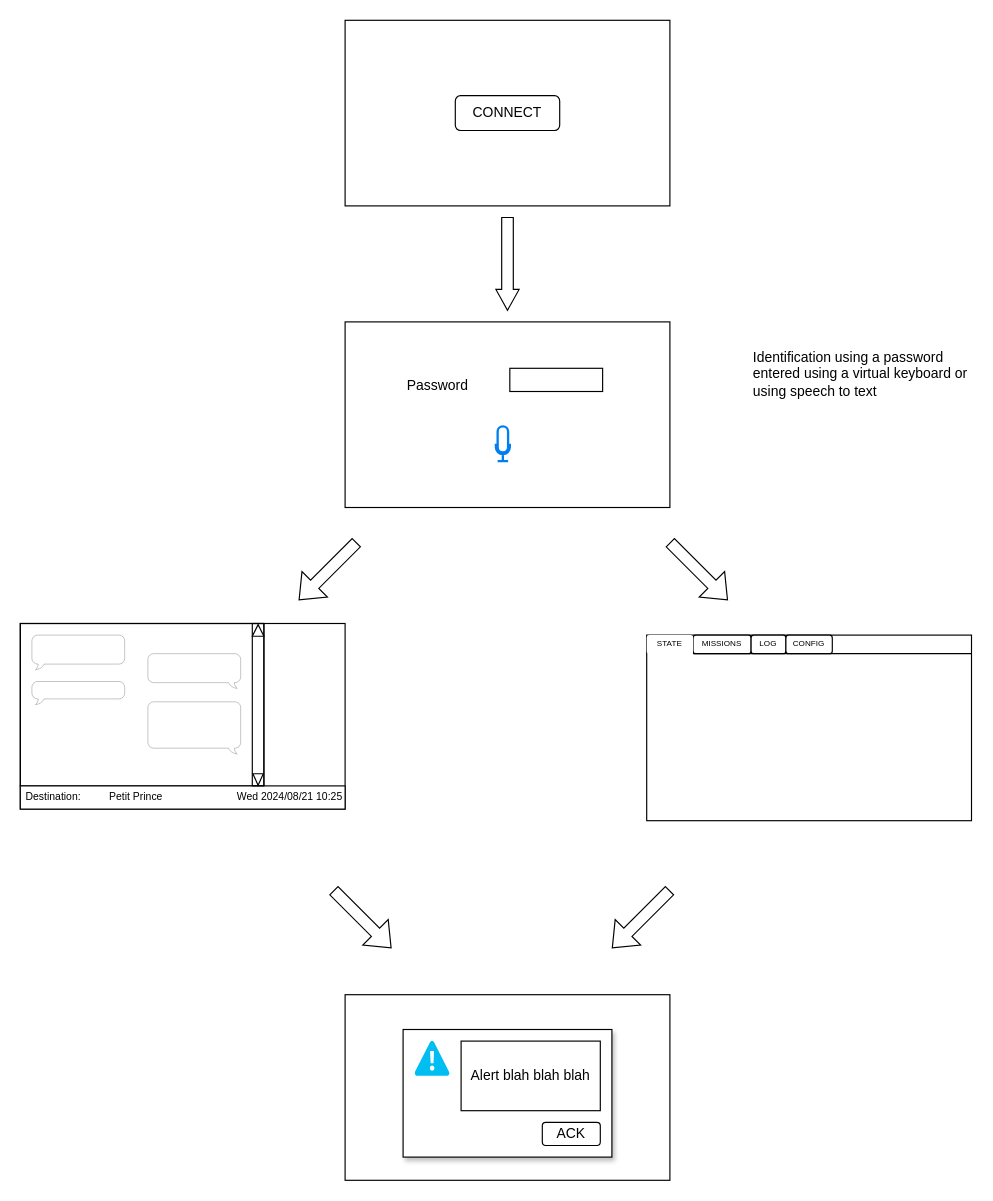
This is GUI.drawio from ericjenn/bird, a draw.io file, before an edit. Source tidied: cells renumbered, new cells numbered last; positions are measured from the earlier drawing's top-left corner, leaving out a move shared by most shapes. Both pictures are drawn from the tidied source at 116%, with x=0, y=0 at pixel (20, 20).
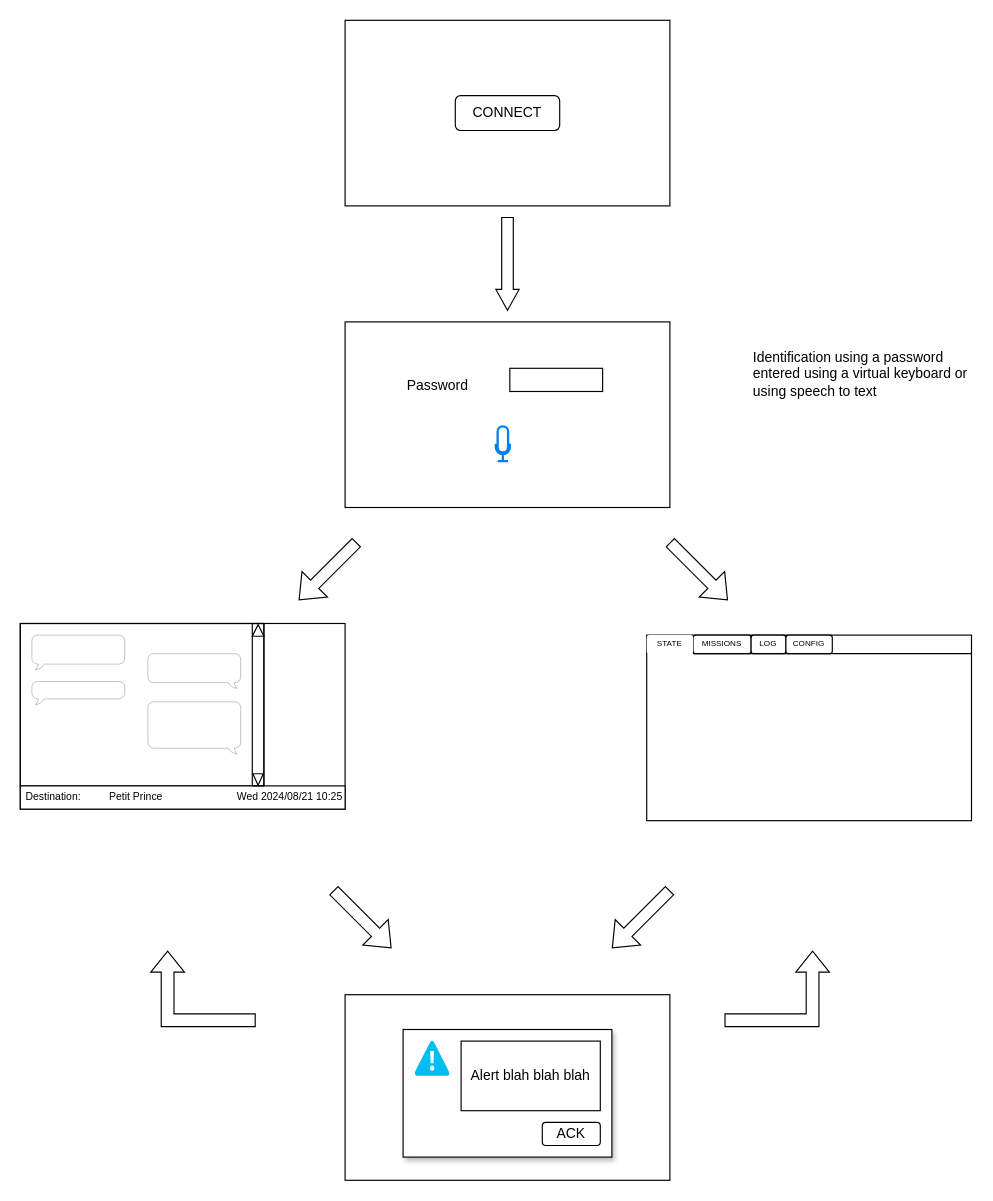
After the change.

Commit message:
Mettre à jour GUI.drawio

The edit, as a diff of the source:
```diff
@@
+    <mxCell id="39" style="html=1;shadow=0;dashed=0;align=center;verticalAlign=middle;shape=mxgraph.arrows2.bendArrow;dy=5.5;dx=18;notch=0;arrowHead=29;rounded=0;flipV=1;flipH=0;rotation=-90;" parent="1" vertex="1">
+      <mxGeometry x="620" y="790" width="65" height="90" as="geometry" />
+    </mxCell>
+    <mxCell id="40" style="html=1;shadow=0;dashed=0;align=center;verticalAlign=middle;shape=mxgraph.arrows2.bendArrow;dy=5.5;dx=18;notch=0;arrowHead=29;rounded=0;flipV=0;flipH=0;rotation=-90;" parent="1" vertex="1">
+      <mxGeometry x="125" y="790" width="65" height="90" as="geometry" />
+    </mxCell>
```
